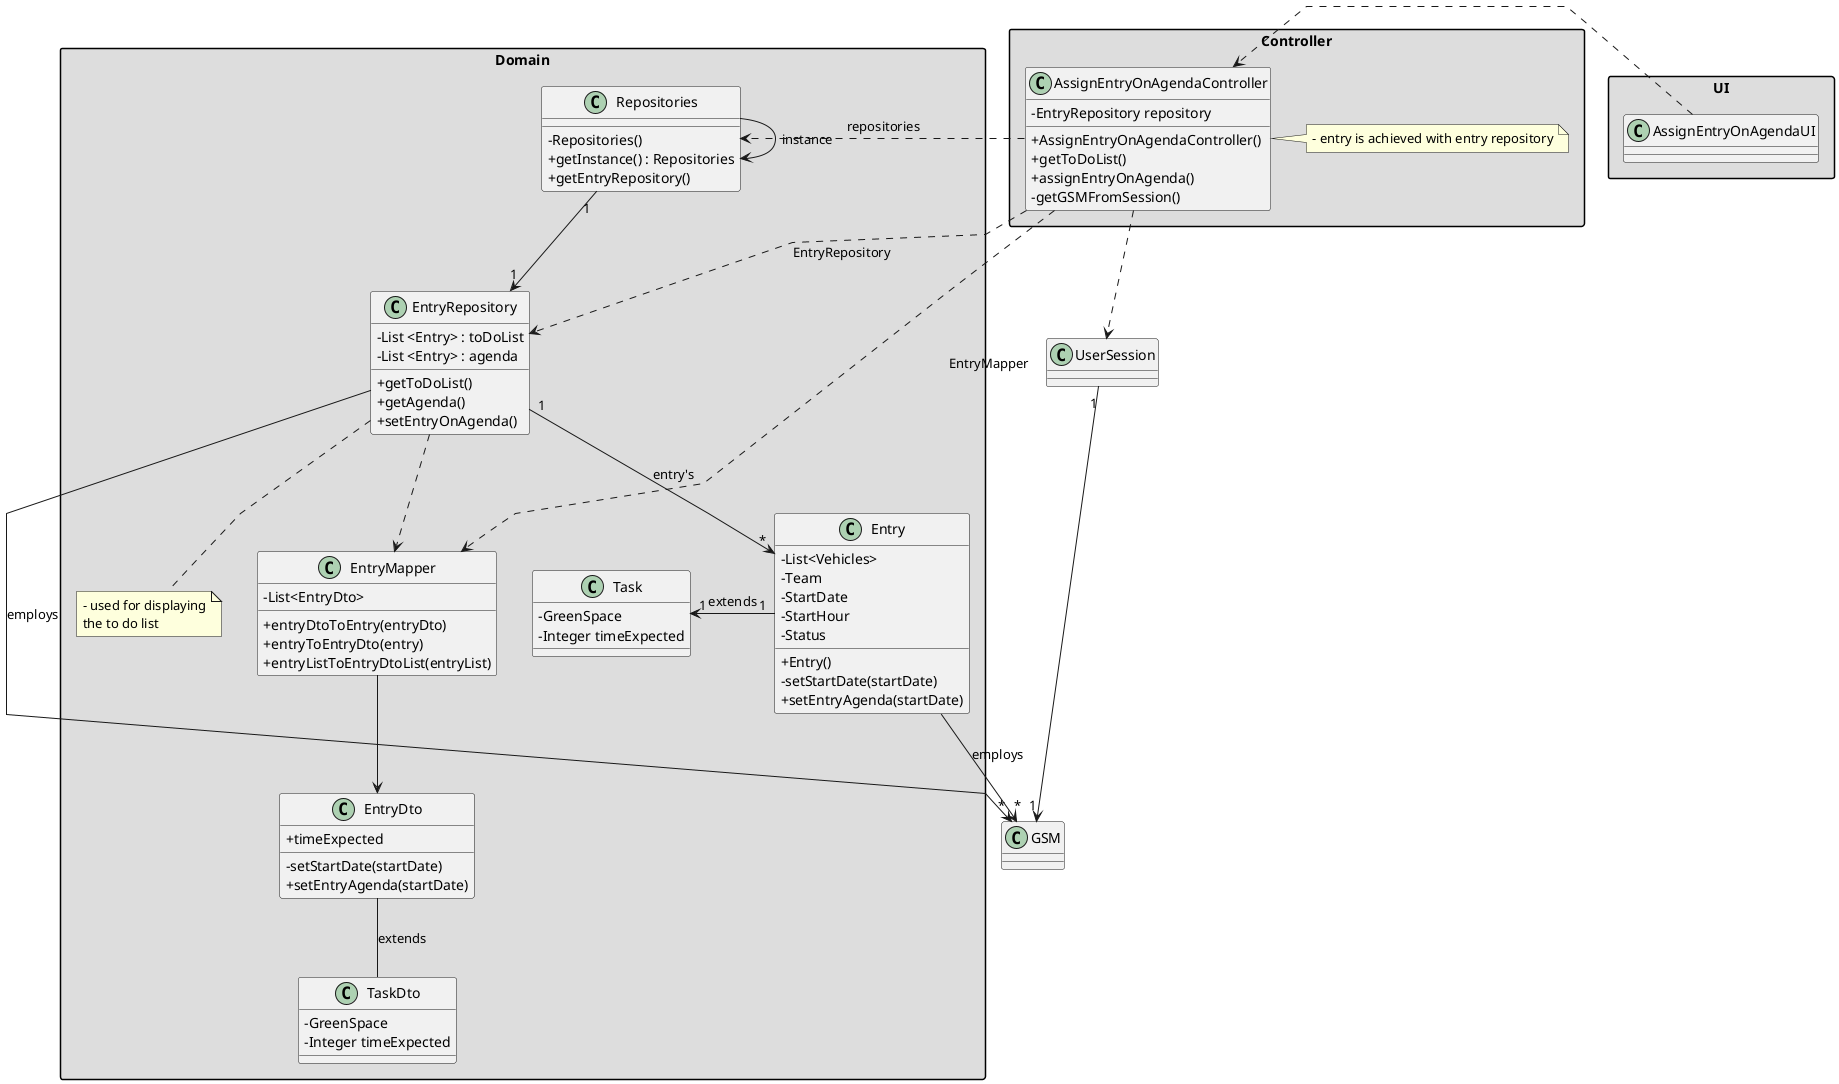
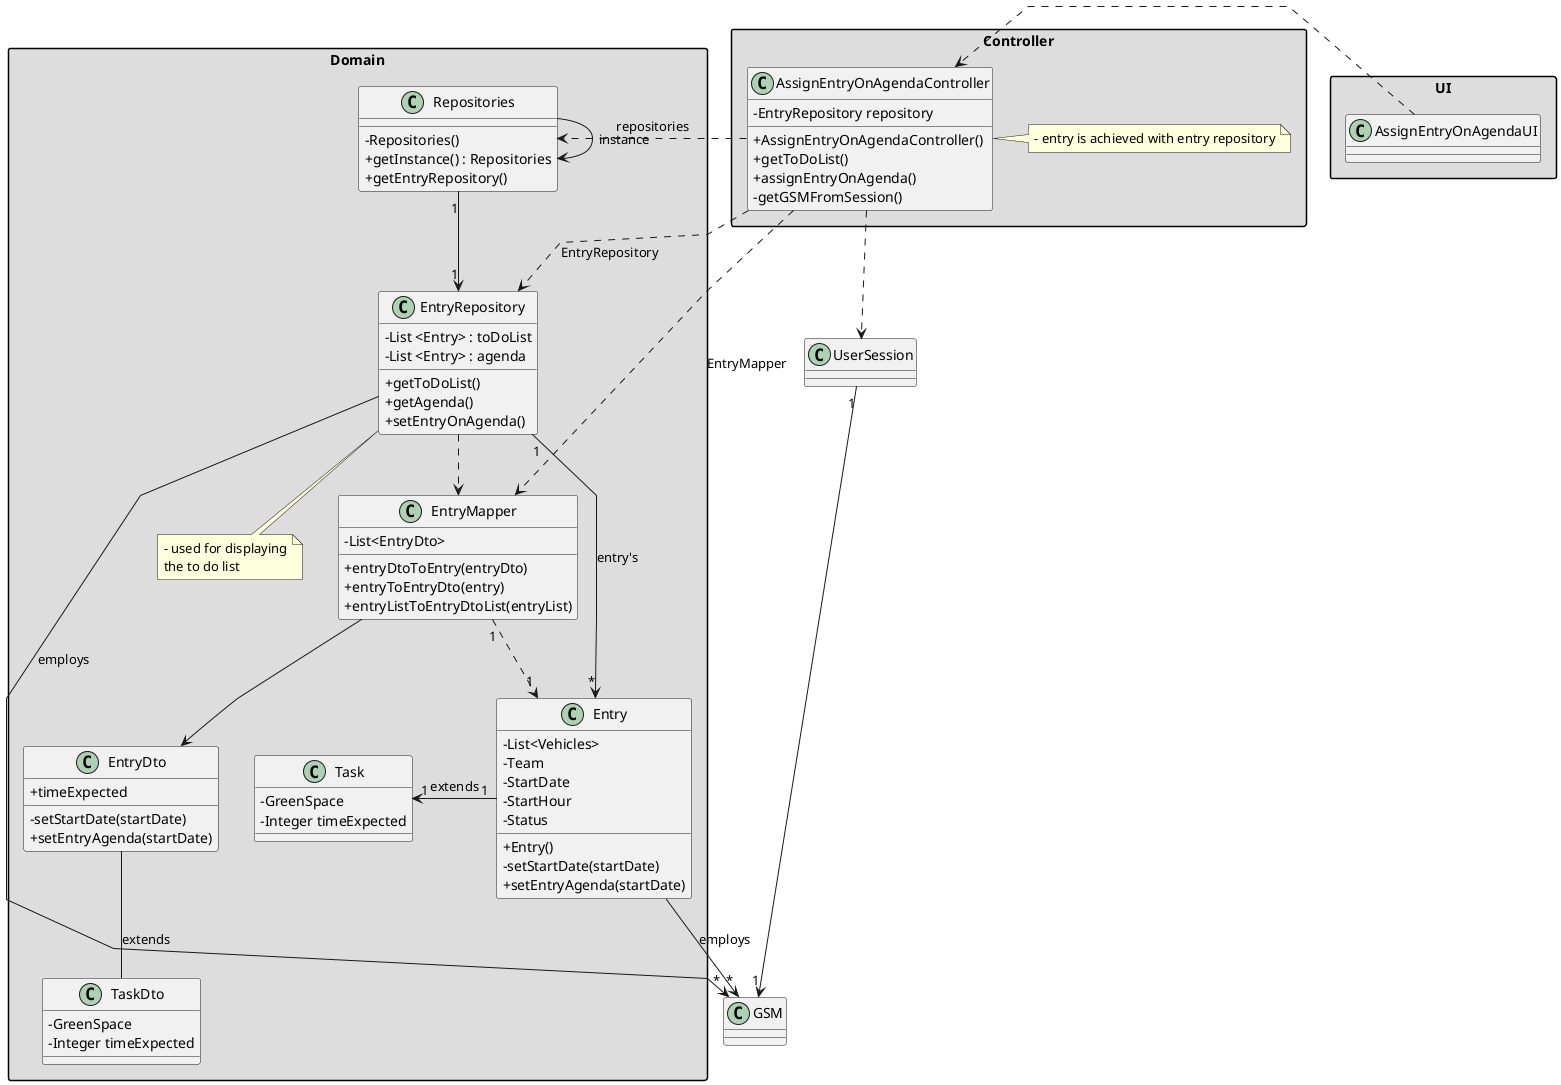
@startuml
'skinparam monochrome true
skinparam packageStyle rectangle
skinparam shadowing false
skinparam linetype polyline
'skinparam linetype orto

skinparam classAttributeIconSize 0

'left to right direction

package "Domain" #DDDDDD{

class Entry {
    - List<Vehicles>
    - Team
    - StartDate
    - StartHour
    - Status
    + Entry()
    - setStartDate(startDate)
    + setEntryAgenda(startDate)
}

class Task{
    - GreenSpace
    - Integer timeExpected
}

class EntryRepository {
    - List <Entry> : toDoList
    - List <Entry> : agenda

    + getToDoList()
    + getAgenda()
    + setEntryOnAgenda()
}
note bottom of EntryRepository
    - used for displaying
    the to do list
end note


class Repositories {
    - Repositories()
    + getInstance() : Repositories
    + getEntryRepository()
}

class EntryMapper{
    - List<EntryDto>
    + entryDtoToEntry(entryDto)
    + entryToEntryDto(entry)
    + entryListToEntryDtoList(entryList)
}

class EntryDto{
    + timeExpected
    - setStartDate(startDate)
    + setEntryAgenda(startDate)
}

class TaskDto{

    -GreenSpace
    -Integer timeExpected
}

}



package "Controller" #DDDDDD{
class AssignEntryOnAgendaController {
    - EntryRepository repository
    + AssignEntryOnAgendaController()
    + getToDoList()
    + assignEntryOnAgenda()
    - getGSMFromSession()
}
note right of AssignEntryOnAgendaController
    - entry is achieved with entry repository
end note

}

class GSM {
}



package "UI" #DDDDDD{
class AssignEntryOnAgendaUI {
}
}






Repositories -> Repositories : instance

AssignEntryOnAgendaUI .> AssignEntryOnAgendaController

AssignEntryOnAgendaController .> Repositories : repositories
Repositories "1" --> "1" EntryRepository

EntryRepository  ..>  EntryMapper

EntryMapper --> EntryDto

EntryDto -- TaskDto : extends


AssignEntryOnAgendaController ..> EntryRepository : EntryRepository
AssignEntryOnAgendaController ..> EntryMapper : EntryMapper

AssignEntryOnAgendaController ..> UserSession
UserSession "1" --> "1" GSM
EntryRepository "1" --> "*" Entry : entry's
EntryRepository --> "*" GSM : employs
Entry --> "*" GSM : employs
Task "1" <- "1" Entry : extends
+ EntryMapper "1" ..> "1" Entry


@enduml